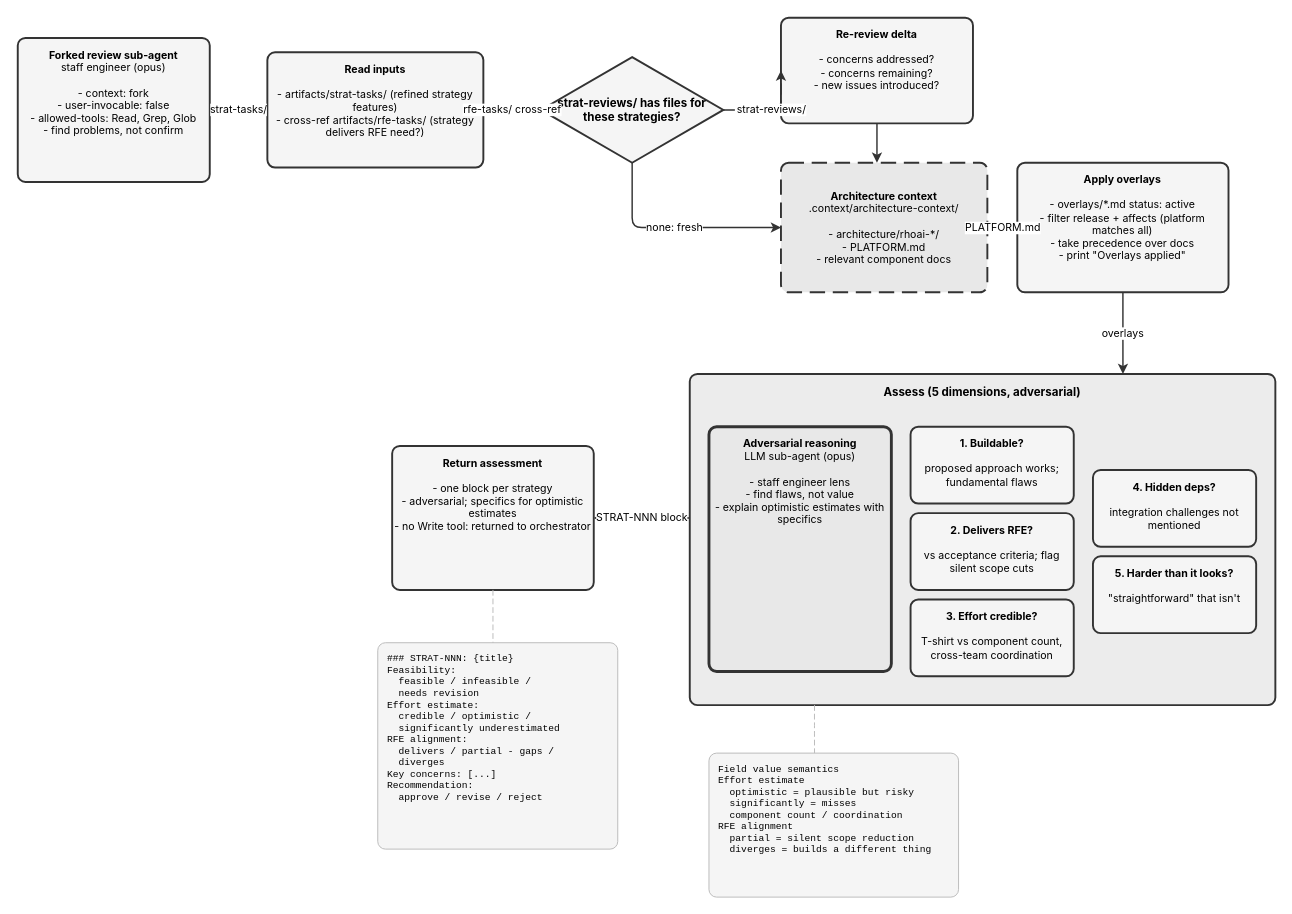
Before: site/docs/plugins/rfe-creator/feasibility-review.drawio in fege/skills-registry, a draw.io diagram. Source tidied: cells renumbered, new cells numbered last; positions are measured from the earlier drawing's top-left corner, leaving out a move shared by most shapes. Both pictures are drawn from the tidied source at 96%, with x=0, y=0 at pixel (17, 17).
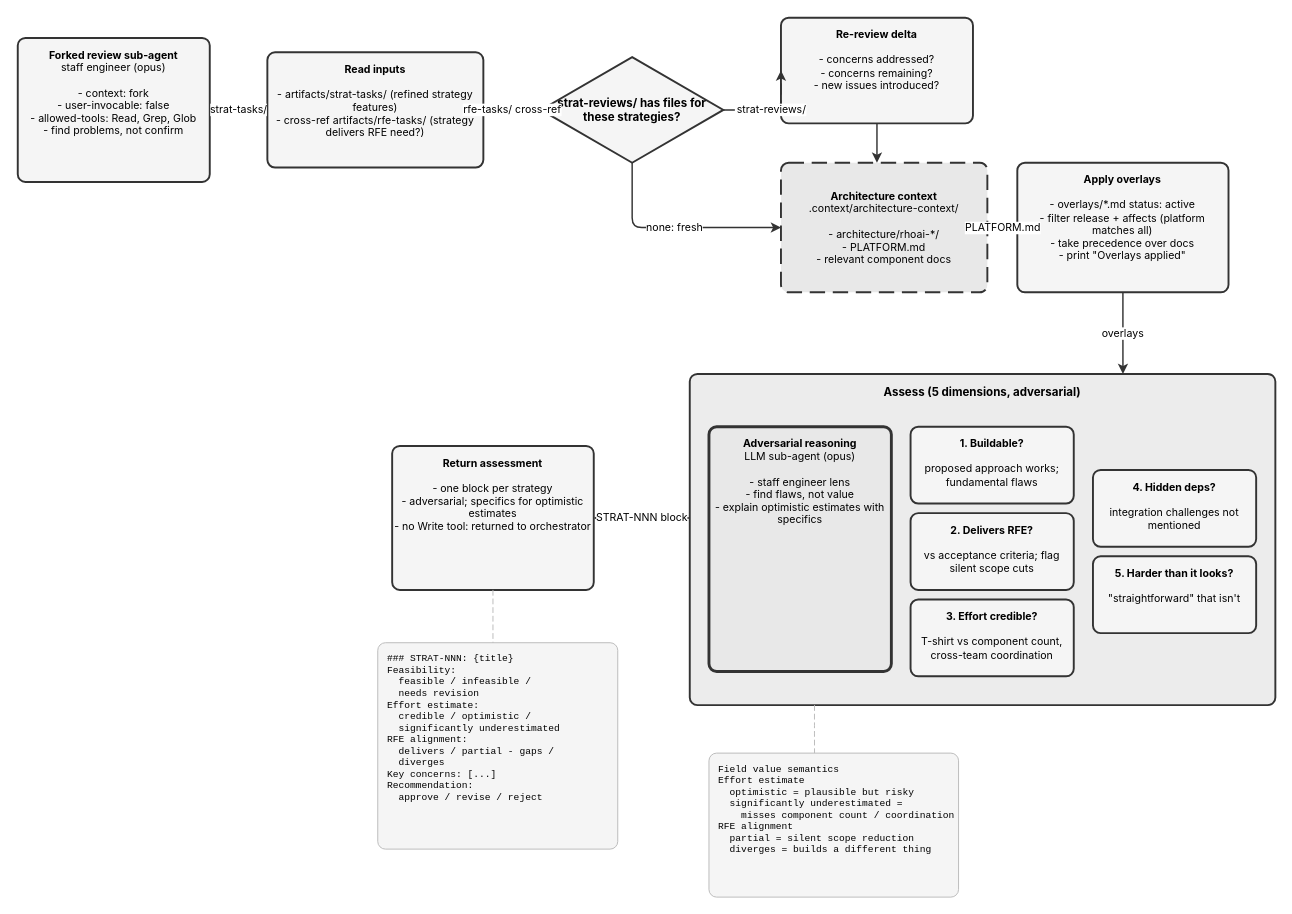
The same page after the edit.

What changed in the source:
```diff
@@
-    <mxCell id="17" value="Field value semantics&lt;br&gt;Effort estimate&lt;br&gt;&amp;nbsp;&amp;nbsp;optimistic = plausible but risky&lt;br&gt;&amp;nbsp;&amp;nbsp;significantly = misses&lt;br&gt;&amp;nbsp;&amp;nbsp;component count / coordination&lt;br&gt;RFE alignment&lt;br&gt;&amp;nbsp;&amp;nbsp;partial = silent scope reduction&lt;br&gt;&amp;nbsp;&amp;nbsp;diverges = builds a different thing" style="rounded=1;whiteSpace=wrap;html=1;fillColor=#f5f5f5;strokeColor=#bbbbbb;strokeWidth=1;verticalAlign=top;spacingTop=5;align=left;spacingLeft=8;fontSize=10;fontFamily=JetBrains Mono,Courier New,monospace;arcSize=16;absoluteArcSize=1;" parent="1" vertex="1">
+    <mxCell id="17" value="Field value semantics&lt;br&gt;Effort estimate&lt;br&gt;&amp;nbsp;&amp;nbsp;optimistic = plausible but risky&lt;br&gt;&amp;nbsp;&amp;nbsp;significantly underestimated =&lt;br&gt;&amp;nbsp;&amp;nbsp;&amp;nbsp;&amp;nbsp;misses component count / coordination&lt;br&gt;RFE alignment&lt;br&gt;&amp;nbsp;&amp;nbsp;partial = silent scope reduction&lt;br&gt;&amp;nbsp;&amp;nbsp;diverges = builds a different thing" style="rounded=1;whiteSpace=wrap;html=1;fillColor=#f5f5f5;strokeColor=#bbbbbb;strokeWidth=1;verticalAlign=top;spacingTop=5;align=left;spacingLeft=8;fontSize=10;fontFamily=JetBrains Mono,Courier New,monospace;arcSize=16;absoluteArcSize=1;" parent="1" vertex="1">
       <mxGeometry x="720" y="766" width="260" height="150" as="geometry" />
     </mxCell>
```
